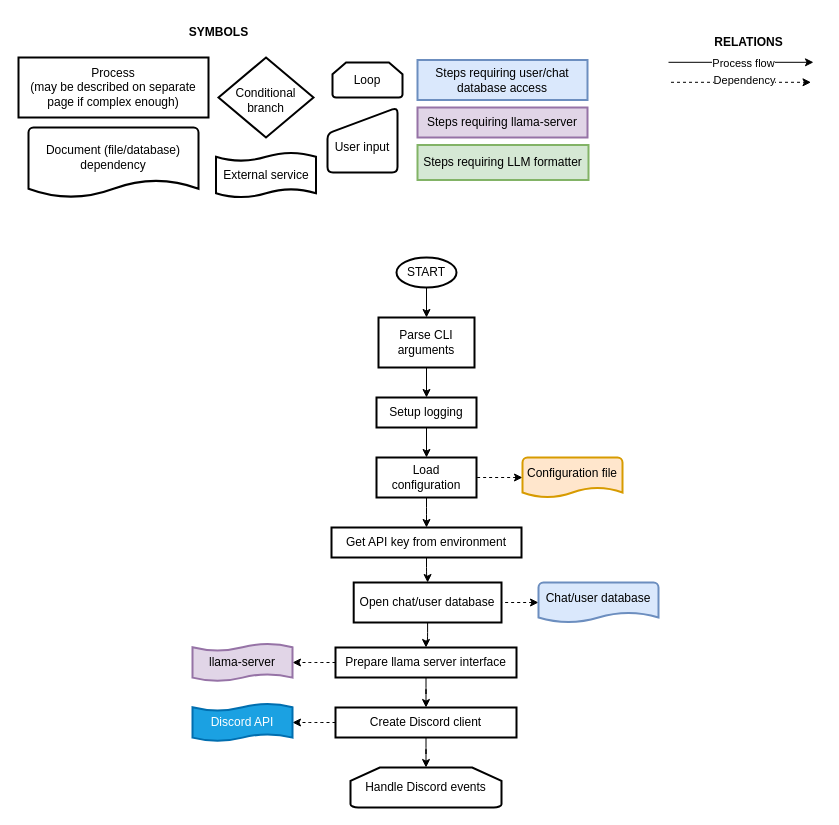
Earlier version of the draw.io diagram page "Main workflow" (1 of 2) of docs/architecture.drawio (SteelPh0enix/unreasonable-llama-discord). Source tidied: cells renumbered, new cells numbered last; positions are measured from the earlier drawing's top-left corner, leaving out a move shared by most shapes. Both pictures are drawn from the tidied source at 100%, with x=0, y=0 at pixel (18, 17).
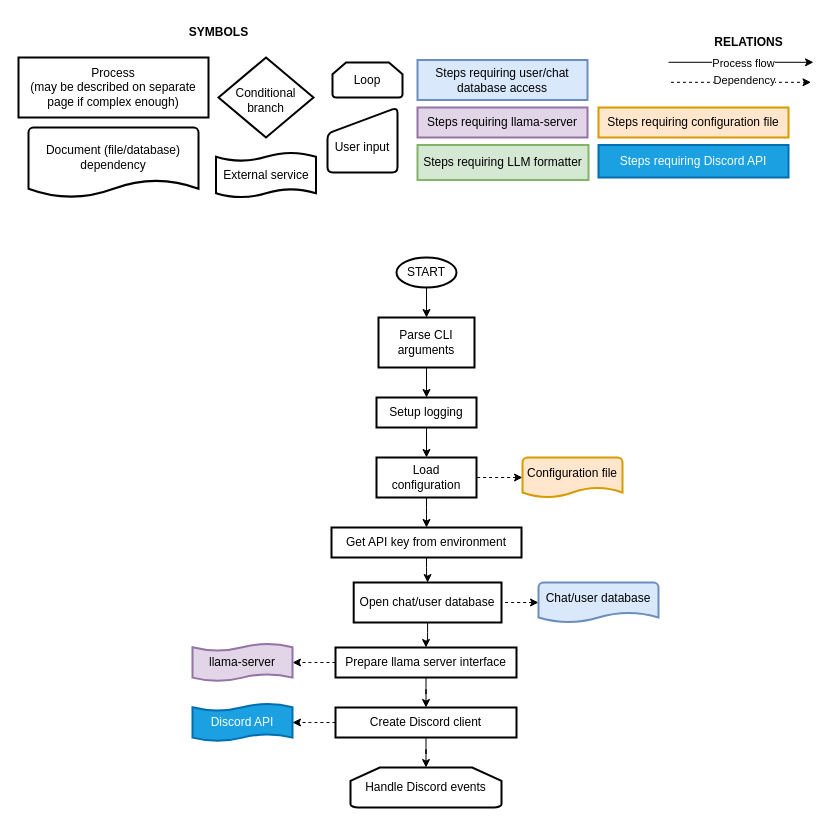
Above is the later version.

The edit, as a diff of the source:
```diff
@@
+    <mxCell id="42" value="Steps requiring configuration file" style="rounded=0;whiteSpace=wrap;html=1;absoluteArcSize=1;arcSize=14;strokeWidth=2;fillColor=#ffe6cc;strokeColor=#d79b00;" parent="1" vertex="1">
+      <mxGeometry x="580" y="90" width="190" height="30" as="geometry" />
+    </mxCell>
+    <mxCell id="43" value="Steps requiring Discord API" style="rounded=0;whiteSpace=wrap;html=1;absoluteArcSize=1;arcSize=14;strokeWidth=2;fillColor=#1ba1e2;strokeColor=#006EAF;fontColor=#ffffff;" parent="1" vertex="1">
+      <mxGeometry x="580" y="127.5" width="190" height="32.5" as="geometry" />
+    </mxCell>
```
